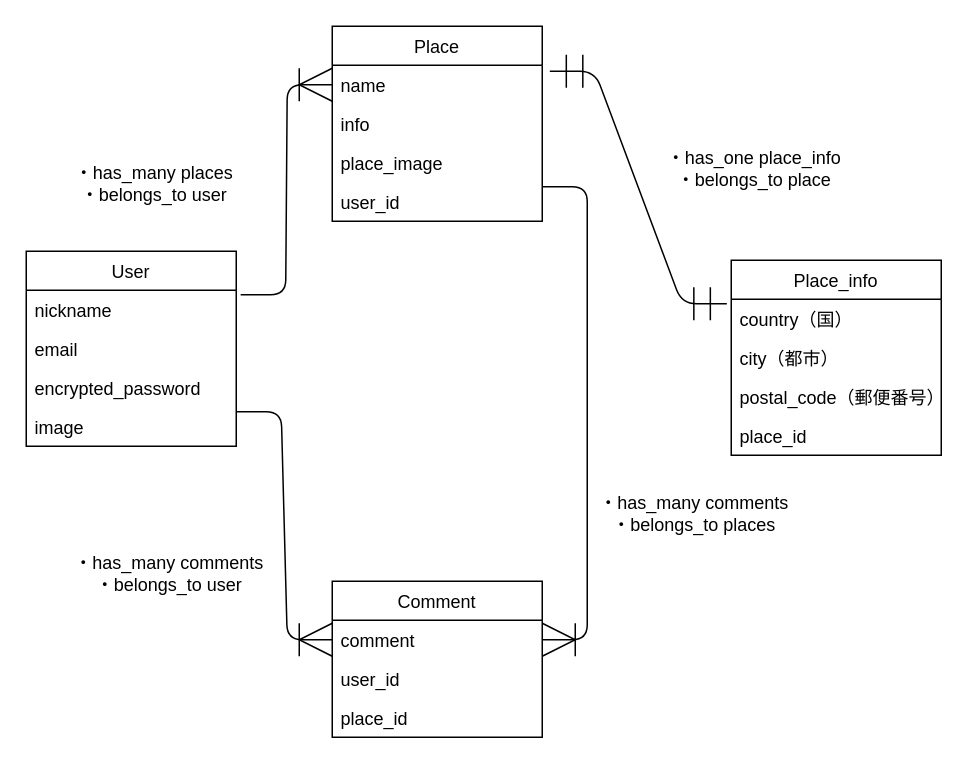
This is app.dio from daikichi86/original_app, a draw.io file, before an edit. Source tidied: cells renumbered, new cells numbered last; positions are measured from the earlier drawing's top-left corner, leaving out a move shared by most shapes. Both pictures are drawn from the tidied source at 150%, with x=0, y=0 at pixel (26, 26).
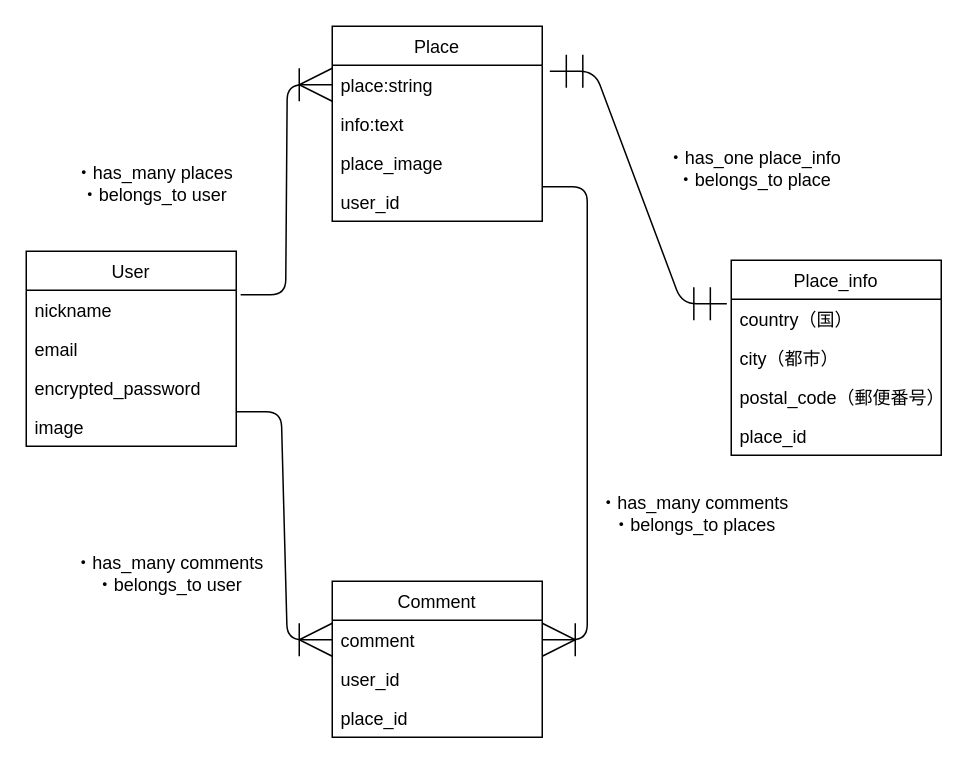
Above is the later version.

The change refers to these unchanged cells:
```xml
<mxCell id="7" value="Place" style="swimlane;fontStyle=0;horizontal=1;startSize=26;fillColor=none;" parent="1" vertex="1">
  <mxGeometry x="204" width="140" height="130" as="geometry" />
</mxCell>
```

What changed in the source:
```diff
@@
-    <mxCell id="8" value="name" style="text;strokeColor=none;fillColor=none;align=left;verticalAlign=top;spacingLeft=4;spacingRight=4;overflow=hidden;points=[[0,0.5],[1,0.5]];portConstraint=eastwest;" parent="7" vertex="1">
+    <mxCell id="8" value="place:string" style="text;strokeColor=none;fillColor=none;align=left;verticalAlign=top;spacingLeft=4;spacingRight=4;overflow=hidden;points=[[0,0.5],[1,0.5]];portConstraint=eastwest;" parent="7" vertex="1">
       <mxGeometry y="26" width="140" height="26" as="geometry" />
     </mxCell>
-    <mxCell id="9" value="info" style="text;strokeColor=none;fillColor=none;align=left;verticalAlign=top;spacingLeft=4;spacingRight=4;overflow=hidden;" parent="7" vertex="1">
+    <mxCell id="9" value="info:text" style="text;strokeColor=none;fillColor=none;align=left;verticalAlign=top;spacingLeft=4;spacingRight=4;overflow=hidden;" parent="7" vertex="1">
       <mxGeometry y="52" width="140" height="26" as="geometry" />
     </mxCell>
```
